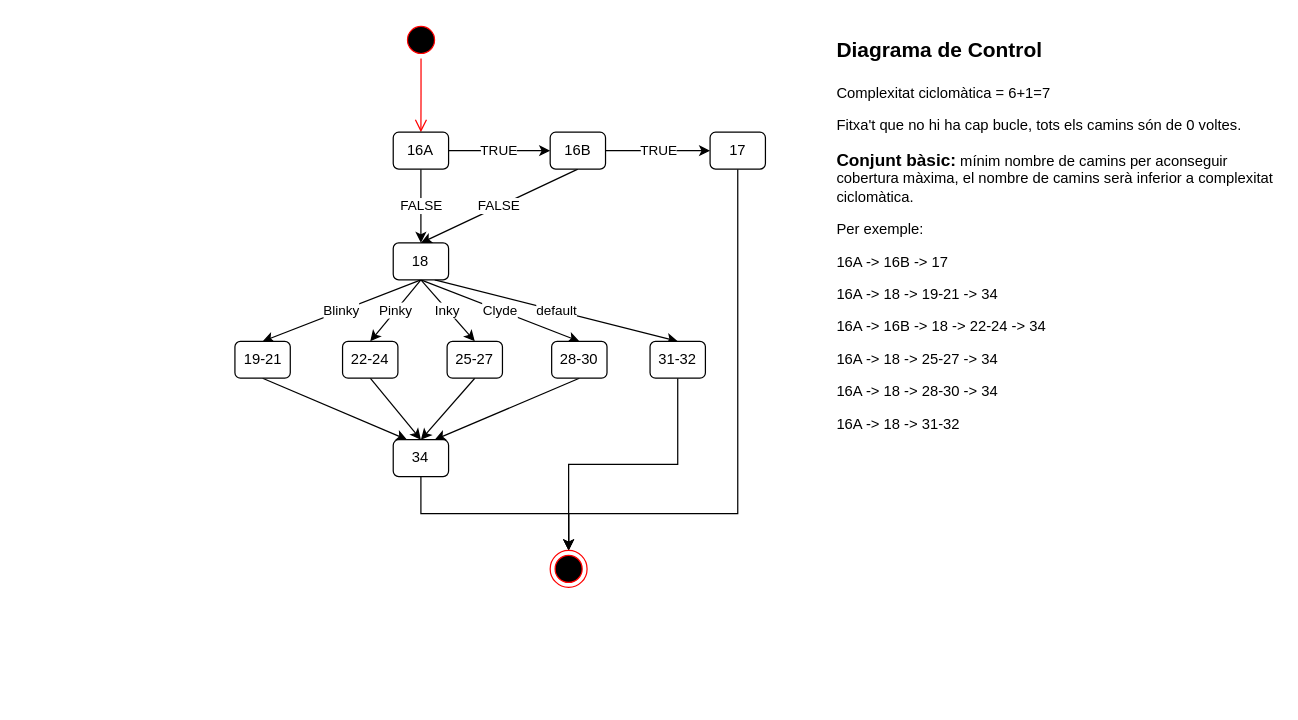
Before: ES2_ExamenFinal_2024/src/solucio_exercici2/moure.drawio in TCM-EnginyeriaSoftware2-2020/Exemples_Classe_2024, a draw.io diagram. Source tidied: cells renumbered, new cells numbered last; positions are measured from the earlier drawing's top-left corner, leaving out a move shared by most shapes. Both pictures are drawn from the tidied source at 123%, with x=0, y=0 at pixel (234, 21).
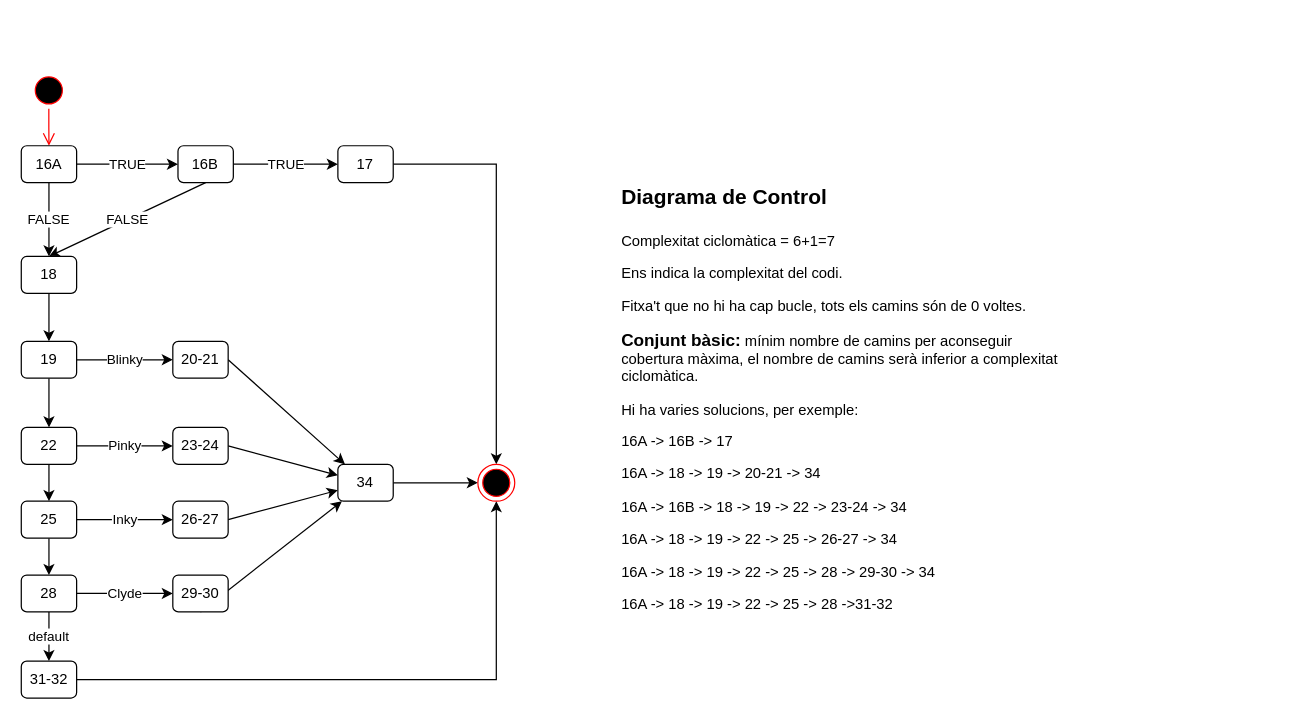
The same diagram, later.

Commit message (it also covers changes not shown here):
solució examen final 2024

Diff of the diagram source:
```diff
@@
     <mxCell id="2" style="ellipse;html=1;shape=startState;fillColor=#000000;strokeColor=#ff0000;" parent="1" vertex="1">
-      <mxGeometry x="136.8" width="30" height="30" as="geometry" />
+      <mxGeometry x="-165.8" y="41" width="30" height="30" as="geometry" />
     </mxCell>
@@
     <mxCell id="6" value="16A" style="rounded=1;whiteSpace=wrap;html=1;" parent="1" vertex="1">
-      <mxGeometry x="129.2" y="90" width="45" height="30" as="geometry" />
+      <mxGeometry x="-173.2" y="101" width="45" height="30" as="geometry" />
     </mxCell>
@@
     <mxCell id="9" value="16B" style="rounded=1;whiteSpace=wrap;html=1;" parent="1" vertex="1">
-      <mxGeometry x="256.8" y="90" width="45" height="30" as="geometry" />
+      <mxGeometry x="-45.8" y="101" width="45" height="30" as="geometry" />
     </mxCell>
-    <mxCell id="10" style="rounded=0;jettySize=auto;html=1;exitX=0.5;exitY=1;exitDx=0;exitDy=0;entryX=0.5;entryY=0;entryDx=0;entryDy=0;edgeStyle=orthogonalEdgeStyle;" parent="1" edge="1" source="11" target="30">
-      <mxGeometry relative="1" as="geometry">
-        <Array as="points">
-          <mxPoint x="409" y="400" />
-          <mxPoint x="272" y="400" />
-        </Array>
-      </mxGeometry>
+    <mxCell id="10" style="edgeStyle=orthogonalEdgeStyle;rounded=0;jettySize=auto;html=1;exitX=1;exitY=0.5;exitDx=0;exitDy=0;entryX=0.5;entryY=0;entryDx=0;entryDy=0;" parent="1" edge="1" source="11" target="30">
+      <mxGeometry relative="1" as="geometry" />
     </mxCell>
     <mxCell id="11" value="17" style="rounded=1;whiteSpace=wrap;html=1;" parent="1" vertex="1">
-      <mxGeometry x="386.8" y="90" width="45" height="30" as="geometry" />
+      <mxGeometry x="84.2" y="101" width="45" height="30" as="geometry" />
     </mxCell>
-    <mxCell id="12" value="Blinky" style="rounded=0;jettySize=auto;html=1;exitX=0.5;exitY=1;exitDx=0;exitDy=0;entryX=0.5;entryY=0;entryDx=0;entryDy=0;" parent="1" edge="1" source="17" target="19">
+    <mxCell id="12" value="Blinky" style="rounded=0;jettySize=auto;html=1;exitX=1;exitY=0.5;exitDx=0;exitDy=0;entryX=0;entryY=0.5;entryDx=0;entryDy=0;" parent="1" edge="1" source="34" target="19">
       <mxGeometry relative="1" as="geometry" />
     </mxCell>
-    <mxCell id="13" value="Pinky" style="rounded=0;jettySize=auto;html=1;exitX=0.5;exitY=1;exitDx=0;exitDy=0;entryX=0.5;entryY=0;entryDx=0;entryDy=0;" parent="1" edge="1" source="17" target="21">
+    <mxCell id="13" value="Pinky" style="rounded=0;jettySize=auto;html=1;exitX=1;exitY=0.5;exitDx=0;exitDy=0;entryX=0;entryY=0.5;entryDx=0;entryDy=0;" parent="1" edge="1" source="36" target="21">
       <mxGeometry relative="1" as="geometry" />
     </mxCell>
-    <mxCell id="14" value="Inky" style="rounded=0;jettySize=auto;html=1;exitX=0.5;exitY=1;exitDx=0;exitDy=0;entryX=0.5;entryY=0;entryDx=0;entryDy=0;" parent="1" edge="1" source="17" target="23">
+    <mxCell id="14" value="Inky" style="rounded=0;jettySize=auto;html=1;exitX=1;exitY=0.5;exitDx=0;exitDy=0;entryX=0;entryY=0.5;entryDx=0;entryDy=0;" parent="1" edge="1" source="38" target="23">
       <mxGeometry relative="1" as="geometry" />
     </mxCell>
-    <mxCell id="15" value="Clyde" style="rounded=0;jettySize=auto;html=1;exitX=0.5;exitY=1;exitDx=0;exitDy=0;entryX=0.5;entryY=0;entryDx=0;entryDy=0;" parent="1" edge="1" source="17" target="25">
+    <mxCell id="15" value="Clyde" style="rounded=0;jettySize=auto;html=1;exitX=1;exitY=0.5;exitDx=0;exitDy=0;entryX=0;entryY=0.5;entryDx=0;entryDy=0;" parent="1" edge="1" source="39" target="25">
       <mxGeometry relative="1" as="geometry" />
     </mxCell>
-    <mxCell id="16" value="default" style="rounded=0;jettySize=auto;html=1;exitX=0.75;exitY=1;exitDx=0;exitDy=0;entryX=0.5;entryY=0;entryDx=0;entryDy=0;" parent="1" edge="1" source="17" target="27">
+    <mxCell id="16" value="default" style="rounded=0;jettySize=auto;html=1;exitX=0.5;exitY=1;exitDx=0;exitDy=0;entryX=0.5;entryY=0;entryDx=0;entryDy=0;" parent="1" edge="1" source="39" target="27">
       <mxGeometry relative="1" as="geometry" />
     </mxCell>
+    <mxCell id="32" style="edgeStyle=orthogonalEdgeStyle;rounded=0;jettySize=auto;html=1;" parent="1" edge="1" source="17" target="34">
+      <mxGeometry relative="1" as="geometry" />
+    </mxCell>
     <mxCell id="17" value="18" style="rounded=1;whiteSpace=wrap;html=1;" parent="1" vertex="1">
-      <mxGeometry x="129.2" y="180" width="45" height="30" as="geometry" />
+      <mxGeometry x="-173.2" y="191" width="45" height="30" as="geometry" />
     </mxCell>
-    <mxCell id="18" style="rounded=0;jettySize=auto;html=1;exitX=0.5;exitY=1;exitDx=0;exitDy=0;entryX=0.25;entryY=0;entryDx=0;entryDy=0;" parent="1" edge="1" source="19" target="29">
+    <mxCell id="18" style="rounded=0;jettySize=auto;html=1;exitX=1;exitY=0.5;exitDx=0;exitDy=0;" parent="1" edge="1" source="19" target="29">
       <mxGeometry relative="1" as="geometry" />
     </mxCell>
-    <mxCell id="19" value="19-21" style="rounded=1;whiteSpace=wrap;html=1;" parent="1" vertex="1">
-      <mxGeometry x="0.5" y="260" width="45" height="30" as="geometry" />
+    <mxCell id="19" value="20-21" style="rounded=1;whiteSpace=wrap;html=1;" parent="1" vertex="1">
+      <mxGeometry x="-50" y="260" width="45" height="30" as="geometry" />
     </mxCell>
-    <mxCell id="20" style="rounded=0;jettySize=auto;html=1;exitX=0.5;exitY=1;exitDx=0;exitDy=0;entryX=0.5;entryY=0;entryDx=0;entryDy=0;" parent="1" edge="1" source="21" target="29">
+    <mxCell id="20" style="rounded=0;jettySize=auto;html=1;exitX=1;exitY=0.5;exitDx=0;exitDy=0;" parent="1" edge="1" source="21" target="29">
       <mxGeometry relative="1" as="geometry" />
     </mxCell>
-    <mxCell id="21" value="22-24" style="rounded=1;whiteSpace=wrap;html=1;" parent="1" vertex="1">
-      <mxGeometry x="88" y="260" width="45" height="30" as="geometry" />
+    <mxCell id="21" value="23-24" style="rounded=1;whiteSpace=wrap;html=1;" parent="1" vertex="1">
+      <mxGeometry x="-50" y="330" width="45" height="30" as="geometry" />
     </mxCell>
-    <mxCell id="22" style="rounded=0;jettySize=auto;html=1;exitX=0.5;exitY=1;exitDx=0;exitDy=0;entryX=0.5;entryY=0;entryDx=0;entryDy=0;" parent="1" edge="1" source="23" target="29">
+    <mxCell id="22" style="rounded=0;jettySize=auto;html=1;exitX=1;exitY=0.5;exitDx=0;exitDy=0;" parent="1" edge="1" source="23" target="29">
       <mxGeometry relative="1" as="geometry" />
     </mxCell>
-    <mxCell id="23" value="25-27" style="rounded=1;whiteSpace=wrap;html=1;" parent="1" vertex="1">
-      <mxGeometry x="173" y="260" width="45" height="30" as="geometry" />
+    <mxCell id="23" value="26-27" style="rounded=1;whiteSpace=wrap;html=1;" parent="1" vertex="1">
+      <mxGeometry x="-50" y="390" width="45" height="30" as="geometry" />
     </mxCell>
-    <mxCell id="24" style="rounded=0;jettySize=auto;html=1;exitX=0.5;exitY=1;exitDx=0;exitDy=0;entryX=0.75;entryY=0;entryDx=0;entryDy=0;" parent="1" edge="1" source="25" target="29">
+    <mxCell id="24" style="rounded=0;jettySize=auto;html=1;exitX=0.5;exitY=1;exitDx=0;exitDy=0;" parent="1" edge="1" source="25" target="29">
       <mxGeometry relative="1" as="geometry" />
     </mxCell>
-    <mxCell id="25" value="28-30" style="rounded=1;whiteSpace=wrap;html=1;" parent="1" vertex="1">
-      <mxGeometry x="258" y="260" width="45" height="30" as="geometry" />
+    <mxCell id="25" value="29-30" style="rounded=1;whiteSpace=wrap;html=1;" parent="1" vertex="1">
+      <mxGeometry x="-50" y="450" width="45" height="30" as="geometry" />
     </mxCell>
-    <mxCell id="26" style="edgeStyle=orthogonalEdgeStyle;rounded=0;jettySize=auto;html=1;exitX=0.5;exitY=1;exitDx=0;exitDy=0;" parent="1" edge="1" source="27" target="30">
+    <mxCell id="26" style="edgeStyle=orthogonalEdgeStyle;rounded=0;jettySize=auto;html=1;exitX=1;exitY=0.5;exitDx=0;exitDy=0;" parent="1" edge="1" source="27" target="30">
       <mxGeometry relative="1" as="geometry" />
     </mxCell>
     <mxCell id="27" value="31-32" style="rounded=1;whiteSpace=wrap;html=1;" parent="1" vertex="1">
-      <mxGeometry x="338" y="260" width="45" height="30" as="geometry" />
+      <mxGeometry x="-173.2" y="520" width="45" height="30" as="geometry" />
     </mxCell>
-    <mxCell id="28" style="edgeStyle=orthogonalEdgeStyle;rounded=0;jettySize=auto;html=1;exitX=0.5;exitY=1;exitDx=0;exitDy=0;entryX=0.5;entryY=0;entryDx=0;entryDy=0;" parent="1" edge="1" source="29" target="30">
+    <mxCell id="28" style="edgeStyle=orthogonalEdgeStyle;rounded=0;jettySize=auto;html=1;exitX=1;exitY=0.5;exitDx=0;exitDy=0;entryX=0;entryY=0.5;entryDx=0;entryDy=0;" parent="1" edge="1" source="29" target="30">
       <mxGeometry relative="1" as="geometry" />
     </mxCell>
     <mxCell id="29" value="34" style="rounded=1;whiteSpace=wrap;html=1;" parent="1" vertex="1">
-      <mxGeometry x="129.2" y="340" width="45" height="30" as="geometry" />
+      <mxGeometry x="84.2" y="360" width="45" height="30" as="geometry" />
     </mxCell>
     <mxCell id="30" style="ellipse;html=1;shape=endState;fillColor=#000000;strokeColor=#ff0000;" parent="1" vertex="1">
-      <mxGeometry x="256.8" y="430" width="30" height="30" as="geometry" />
+      <mxGeometry x="198" y="360" width="30" height="30" as="geometry" />
     </mxCell>
-    <mxCell id="31" value="&lt;h1 style=&quot;margin-top: 0px;&quot;&gt;&lt;font style=&quot;font-size: 17px;&quot;&gt;Diagrama de Control&lt;/font&gt;&lt;/h1&gt;&lt;p&gt;Complexitat ciclomàtica = 6+1=7&lt;/p&gt;&lt;p&gt;Fitxa't que no hi ha cap bucle, tots els camins són de 0 voltes.&lt;/p&gt;&lt;p&gt;&lt;b&gt;&lt;font style=&quot;font-size: 14px;&quot;&gt;Conjunt bàsic:&lt;/font&gt;&lt;/b&gt; mínim nombre de camins per aconseguir cobertura màxima, el nombre de camins serà inferior a complexitat ciclomàtica.&lt;/p&gt;&lt;p&gt;Per exemple:&lt;/p&gt;&lt;p&gt;16A -&amp;gt; 16B -&amp;gt; 17&lt;/p&gt;&lt;p&gt;16A -&amp;gt; 18 -&amp;gt; 19-21 -&amp;gt; 34&lt;/p&gt;&lt;p&gt;16A -&amp;gt; 16B -&amp;gt; 18 -&amp;gt; 22-24 -&amp;gt; 34&lt;/p&gt;&lt;p&gt;16A -&amp;gt; 18 -&amp;gt; 25-27 -&amp;gt; 34&lt;/p&gt;&lt;p&gt;16A -&amp;gt; 18 -&amp;gt; 28-30 -&amp;gt; 34&lt;/p&gt;&lt;p&gt;16A -&amp;gt; 18 -&amp;gt; 31-32&lt;/p&gt;&lt;p&gt;&lt;br&gt;&lt;/p&gt;" style="text;html=1;whiteSpace=wrap;overflow=hidden;rounded=0;" parent="1" vertex="1">
-      <mxGeometry x="488" width="360" height="400" as="geometry" />
+    <mxCell id="31" value="&lt;h1 style=&quot;margin-top: 0px;&quot;&gt;&lt;font style=&quot;font-size: 17px;&quot;&gt;Diagrama de Control&lt;/font&gt;&lt;/h1&gt;&lt;p&gt;Complexitat ciclomàtica = 6+1=7&lt;/p&gt;&lt;p&gt;Ens indica la complexitat del codi.&lt;/p&gt;&lt;p&gt;Fitxa't que no hi ha cap bucle, tots els camins són de 0 voltes.&lt;/p&gt;&lt;p&gt;&lt;b&gt;&lt;font style=&quot;font-size: 14px;&quot;&gt;Conjunt bàsic:&lt;/font&gt;&lt;/b&gt; mínim nombre de camins per aconseguir cobertura màxima, el nombre de camins serà inferior a complexitat ciclomàtica.&lt;/p&gt;&lt;p&gt;Hi ha varies solucions, per exemple:&lt;/p&gt;&lt;p&gt;16A -&amp;gt; 16B -&amp;gt; 17&lt;/p&gt;&lt;p&gt;16A -&amp;gt; 18 -&amp;gt; 19 -&amp;gt; 20-21 -&amp;gt; 34&lt;/p&gt;&lt;p&gt;16A -&amp;gt; 16B -&amp;gt; 18 -&amp;gt; 19 -&amp;gt; 22 -&amp;gt; 23-24 -&amp;gt; 34&lt;/p&gt;&lt;p&gt;16A -&amp;gt; 18 -&amp;gt; 19 -&amp;gt; 22 -&amp;gt; 25 -&amp;gt; 26-27 -&amp;gt; 34&lt;/p&gt;&lt;p&gt;16A -&amp;gt; 18 -&amp;gt;&amp;nbsp;&lt;span style=&quot;background-color: initial;&quot;&gt;19 -&amp;gt; 22 -&amp;gt; 25 -&amp;gt; 2&lt;/span&gt;&lt;span style=&quot;background-color: initial;&quot;&gt;8 -&amp;gt; 29-30 -&amp;gt; 34&lt;/span&gt;&lt;/p&gt;&lt;p&gt;16A -&amp;gt; 18 -&amp;gt;&amp;nbsp;&lt;span style=&quot;background-color: initial;&quot;&gt;19 -&amp;gt; 22 -&amp;gt; 25 -&amp;gt; 2&lt;/span&gt;&lt;span style=&quot;background-color: initial;&quot;&gt;8 -&amp;gt;&lt;/span&gt;&lt;span style=&quot;background-color: initial;&quot;&gt;31-32&lt;/span&gt;&lt;/p&gt;&lt;p&gt;&lt;br&gt;&lt;/p&gt;" style="text;html=1;whiteSpace=wrap;overflow=hidden;rounded=0;" parent="1" vertex="1">
+      <mxGeometry x="313" y="120" width="360" height="400" as="geometry" />
     </mxCell>
+    <mxCell id="33" style="edgeStyle=orthogonalEdgeStyle;rounded=0;jettySize=auto;html=1;" parent="1" edge="1" source="34" target="36">
+      <mxGeometry relative="1" as="geometry" />
+    </mxCell>
+    <mxCell id="34" value="19" style="rounded=1;whiteSpace=wrap;html=1;" parent="1" vertex="1">
+      <mxGeometry x="-173.2" y="260" width="45" height="30" as="geometry" />
+    </mxCell>
+    <mxCell id="35" style="edgeStyle=orthogonalEdgeStyle;rounded=0;jettySize=auto;html=1;exitX=0.5;exitY=1;exitDx=0;exitDy=0;" parent="1" edge="1" source="36" target="38">
+      <mxGeometry relative="1" as="geometry" />
+    </mxCell>
+    <mxCell id="36" value="22" style="rounded=1;whiteSpace=wrap;html=1;" parent="1" vertex="1">
+      <mxGeometry x="-173.2" y="330" width="45" height="30" as="geometry" />
+    </mxCell>
+    <mxCell id="37" style="edgeStyle=orthogonalEdgeStyle;rounded=0;jettySize=auto;html=1;exitX=0.5;exitY=1;exitDx=0;exitDy=0;entryX=0.5;entryY=0;entryDx=0;entryDy=0;" parent="1" edge="1" source="38" target="39">
+      <mxGeometry relative="1" as="geometry" />
+    </mxCell>
+    <mxCell id="38" value="25" style="rounded=1;whiteSpace=wrap;html=1;" parent="1" vertex="1">
+      <mxGeometry x="-173.2" y="390" width="45" height="30" as="geometry" />
+    </mxCell>
+    <mxCell id="39" value="28" style="rounded=1;whiteSpace=wrap;html=1;" parent="1" vertex="1">
+      <mxGeometry x="-173.2" y="450" width="45" height="30" as="geometry" />
+    </mxCell>
```
